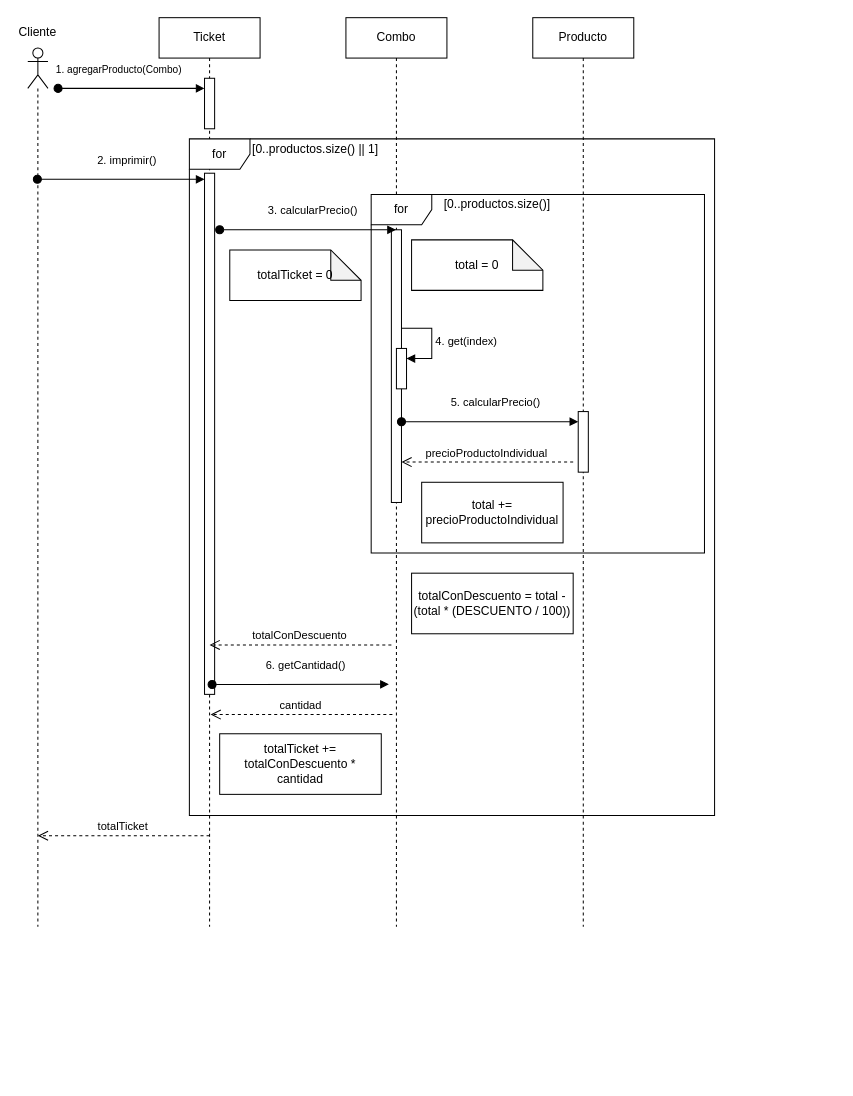
Before: TP4/PatrónCompositeDiagrama.drawio in fedepuleio/PR2_Grupo1, a draw.io diagram. Source tidied: cells renumbered, new cells numbered last; positions are measured from the earlier drawing's top-left corner, leaving out a move shared by most shapes. Both pictures are drawn from the tidied source at 101%, with x=0, y=0 at pixel (17, 17).
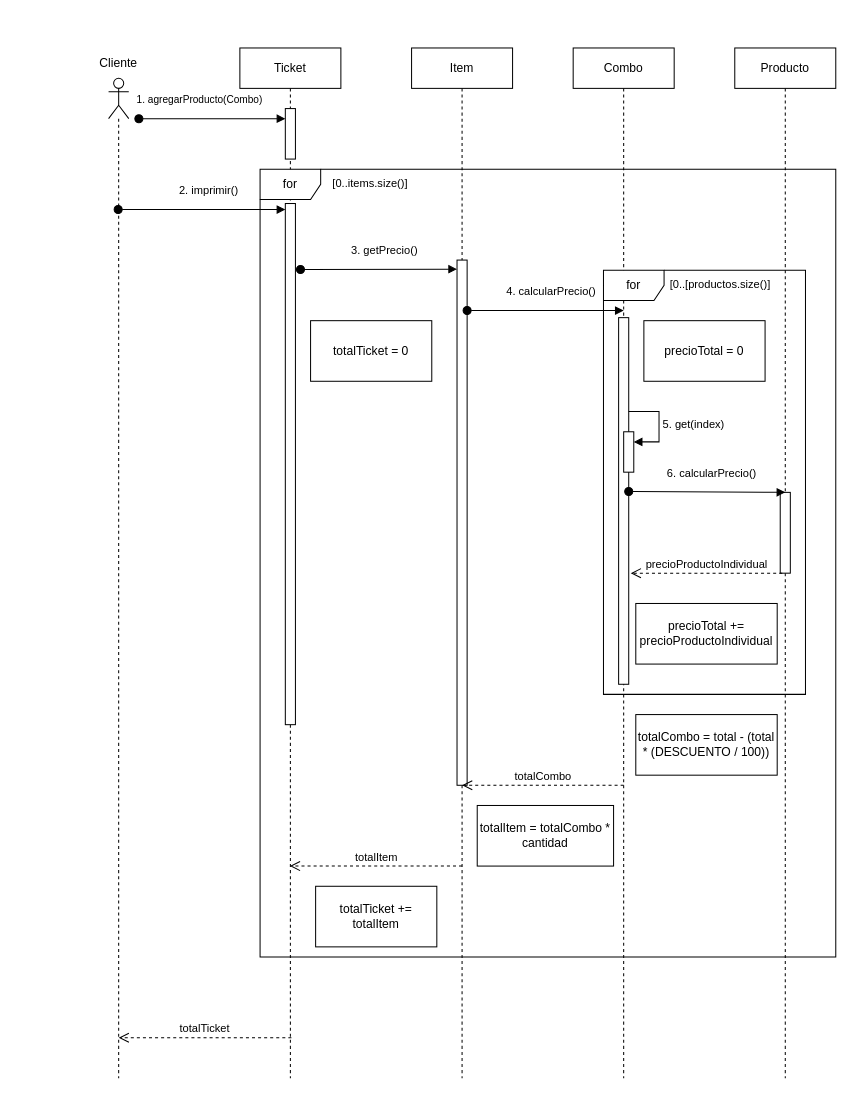
After the change.

Commit message (it also covers changes not shown here):
Solucion corregida al tp del patron composite

What changed in the source:
```diff
@@
     <mxCell id="2" value="Ticket" style="shape=umlLifeline;perimeter=lifelinePerimeter;whiteSpace=wrap;html=1;outlineConnect=0;portConstraint=eastwest;newEdgeStyle={&quot;edgeStyle&quot;:&quot;elbowEdgeStyle&quot;,&quot;elbow&quot;:&quot;vertical&quot;,&quot;curved&quot;:0,&quot;rounded&quot;:0};" parent="1" vertex="1">
-      <mxGeometry x="140" width="100" height="900" as="geometry" />
+      <mxGeometry x="220" y="30" width="100" height="1020" as="geometry" />
     </mxCell>
@@
-    <mxCell id="6" style="shape=umlLifeline;perimeter=lifelinePerimeter;whiteSpace=wrap;html=1;outlineConnect=0;portConstraint=eastwest;newEdgeStyle={&quot;edgeStyle&quot;:&quot;elbowEdgeStyle&quot;,&quot;elbow&quot;:&quot;vertical&quot;,&quot;curved&quot;:0,&quot;rounded&quot;:0};participant=umlActor;" parent="1" vertex="1">
-      <mxGeometry x="10" y="30" width="20" height="870" as="geometry" />
-    </mxCell>
+    <mxCell id="31" style="shape=umlLifeline;perimeter=lifelinePerimeter;whiteSpace=wrap;html=1;outlineConnect=0;portConstraint=eastwest;newEdgeStyle={&quot;edgeStyle&quot;:&quot;elbowEdgeStyle&quot;,&quot;elbow&quot;:&quot;vertical&quot;,&quot;curved&quot;:0,&quot;rounded&quot;:0};participant=umlActor;" parent="1" vertex="1">
+      <mxGeometry x="90" y="60" width="20" height="990" as="geometry" />
+    </mxCell>
     <mxCell id="7" value="Cliente" style="text;html=1;strokeColor=none;fillColor=none;align=center;verticalAlign=middle;whiteSpace=wrap;rounded=0;" parent="1" vertex="1">
-      <mxGeometry width="40" height="30" as="geometry" />
+      <mxGeometry x="80" y="30" width="40" height="30" as="geometry" />
     </mxCell>
-    <mxCell id="8" value="&lt;font style=&quot;font-size: 11px;&quot;&gt;2. imprimir()&lt;/font&gt;" style="html=1;verticalAlign=bottom;startArrow=oval;endArrow=block;startSize=8;edgeStyle=elbowEdgeStyle;elbow=vertical;curved=0;rounded=0;" parent="1" edge="1" source="6">
-      <mxGeometry x="0.06" y="10" relative="1" as="geometry">
-        <mxPoint x="185" y="160" as="targetPoint" />
+    <mxCell id="8" value="2. imprimir()" style="html=1;verticalAlign=bottom;startArrow=oval;endArrow=block;startSize=8;edgeStyle=elbowEdgeStyle;elbow=vertical;curved=0;rounded=0;" parent="1" edge="1" source="31">
+      <mxGeometry x="0.07" y="10" relative="1" as="geometry">
+        <mxPoint x="265" y="190" as="targetPoint" />
       </mxGeometry>
     </mxCell>
+    <mxCell id="32" value="Item" style="shape=umlLifeline;perimeter=lifelinePerimeter;whiteSpace=wrap;html=1;newEdgeStyle={&quot;edgeStyle&quot;:&quot;elbowEdgeStyle&quot;,&quot;elbow&quot;:&quot;vertical&quot;,&quot;curved&quot;:0,&quot;rounded&quot;:0};" parent="1" vertex="1">
+      <mxGeometry x="390" y="30" width="100" height="1020" as="geometry" />
+    </mxCell>
+    <mxCell id="33" value="for" style="shape=umlFrame;whiteSpace=wrap;html=1;" parent="1" vertex="1">
+      <mxGeometry x="240" y="150" width="570" height="780" as="geometry" />
+    </mxCell>
+    <mxCell id="34" value="&lt;span style=&quot;color: rgb(0, 0, 0); font-family: Helvetica; font-size: 11px; font-style: normal; font-variant-ligatures: normal; font-variant-caps: normal; font-weight: 400; letter-spacing: normal; orphans: 2; text-align: center; text-indent: 0px; text-transform: none; widows: 2; word-spacing: 0px; -webkit-text-stroke-width: 0px; background-color: rgb(255, 255, 255); text-decoration-thickness: initial; text-decoration-style: initial; text-decoration-color: initial; float: none; display: inline !important;&quot;&gt;[0..items.size()]&lt;/span&gt;" style="text;whiteSpace=wrap;html=1;" parent="1" vertex="1">
+      <mxGeometry x="310" y="150" width="90" height="40" as="geometry" />
+    </mxCell>
+    <mxCell id="35" value="3. getPrecio()" style="html=1;verticalAlign=bottom;startArrow=oval;endArrow=block;startSize=8;edgeStyle=elbowEdgeStyle;elbow=vertical;curved=0;rounded=0;" parent="1" edge="1" target="36">
+      <mxGeometry x="0.07" y="10" relative="1" as="geometry">
+        <mxPoint x="280" y="249.4" as="sourcePoint" />
+      </mxGeometry>
+    </mxCell>
+    <mxCell id="36" style="html=1;points=[];perimeter=orthogonalPerimeter;outlineConnect=0;targetShapes=umlLifeline;portConstraint=eastwest;newEdgeStyle={&quot;edgeStyle&quot;:&quot;elbowEdgeStyle&quot;,&quot;elbow&quot;:&quot;vertical&quot;,&quot;curved&quot;:0,&quot;rounded&quot;:0};" parent="1" vertex="1">
+      <mxGeometry x="435" y="240" width="10" height="520" as="geometry" />
+    </mxCell>
     <mxCell id="9" value="Combo" style="shape=umlLifeline;perimeter=lifelinePerimeter;whiteSpace=wrap;html=1;outlineConnect=0;portConstraint=eastwest;newEdgeStyle={&quot;edgeStyle&quot;:&quot;elbowEdgeStyle&quot;,&quot;elbow&quot;:&quot;vertical&quot;,&quot;curved&quot;:0,&quot;rounded&quot;:0};" parent="1" vertex="1">
-      <mxGeometry x="325" width="100" height="900" as="geometry" />
+      <mxGeometry x="550" y="30" width="100" height="1020" as="geometry" />
     </mxCell>
-    <mxCell id="10" style="html=1;perimeter=orthogonalPerimeter;targetShapes=umlLifeline;newEdgeStyle={&quot;edgeStyle&quot;:&quot;elbowEdgeStyle&quot;,&quot;elbow&quot;:&quot;vertical&quot;,&quot;curved&quot;:0,&quot;rounded&quot;:0};" parent="9" vertex="1">
-      <mxGeometry x="45" y="210" width="10" height="270" as="geometry" />
-    </mxCell>
-    <mxCell id="11" style="html=1;points=[];perimeter=orthogonalPerimeter;outlineConnect=0;targetShapes=umlLifeline;portConstraint=eastwest;newEdgeStyle={&quot;edgeStyle&quot;:&quot;elbowEdgeStyle&quot;,&quot;elbow&quot;:&quot;vertical&quot;,&quot;curved&quot;:0,&quot;rounded&quot;:0};" parent="9" vertex="1">
-      <mxGeometry x="50" y="327.5" width="10" height="40" as="geometry" />
-    </mxCell>
-    <mxCell id="12" value="4. get(index)" style="html=1;align=left;spacingLeft=2;endArrow=block;rounded=0;edgeStyle=orthogonalEdgeStyle;curved=0;rounded=0;" parent="9" edge="1" target="11">
-      <mxGeometry relative="1" as="geometry">
-        <mxPoint x="55" y="307.5" as="sourcePoint" />
-        <Array as="points">
-          <mxPoint x="85" y="337.5" />
-        </Array>
-      </mxGeometry>
-    </mxCell>
-    <mxCell id="13" value="for" style="shape=umlFrame;whiteSpace=wrap;html=1;" parent="1" vertex="1">
-      <mxGeometry x="170" y="120" width="520" height="670" as="geometry" />
-    </mxCell>
-    <mxCell id="14" value="[0..productos.size() || 1]" style="text;html=1;strokeColor=none;fillColor=none;align=center;verticalAlign=middle;whiteSpace=wrap;rounded=0;" parent="1" vertex="1">
-      <mxGeometry x="230" y="115" width="130" height="30" as="geometry" />
-    </mxCell>
-    <mxCell id="15" value="&lt;font style=&quot;font-size: 11px;&quot;&gt;3. calcularPrecio()&lt;/font&gt;" style="html=1;verticalAlign=bottom;startArrow=oval;endArrow=block;startSize=8;edgeStyle=elbowEdgeStyle;elbow=vertical;curved=0;rounded=0;" parent="1" edge="1" target="9">
-      <mxGeometry x="0.06" y="10" relative="1" as="geometry">
-        <mxPoint x="200" y="210" as="sourcePoint" />
-      </mxGeometry>
-    </mxCell>
+    <mxCell id="37" style="html=1;perimeter=orthogonalPerimeter;targetShapes=umlLifeline;newEdgeStyle={&quot;edgeStyle&quot;:&quot;elbowEdgeStyle&quot;,&quot;elbow&quot;:&quot;vertical&quot;,&quot;curved&quot;:0,&quot;rounded&quot;:0};" parent="9" vertex="1">
+      <mxGeometry x="45" y="267" width="10" height="363" as="geometry" />
+    </mxCell>
+    <mxCell id="38" value="4. calcularPrecio()" style="html=1;verticalAlign=bottom;startArrow=oval;endArrow=block;startSize=8;edgeStyle=elbowEdgeStyle;elbow=vertical;curved=0;rounded=0;" parent="1" edge="1">
+      <mxGeometry x="0.07" y="10" relative="1" as="geometry">
+        <mxPoint x="445" y="290" as="sourcePoint" />
+        <mxPoint x="600" y="290.6" as="targetPoint" />
+      </mxGeometry>
+    </mxCell>
+    <mxCell id="39" value="for" style="shape=umlFrame;whiteSpace=wrap;html=1;" parent="1" vertex="1">
+      <mxGeometry x="580" y="250" width="200" height="420" as="geometry" />
+    </mxCell>
     <mxCell id="16" value="Producto" style="shape=umlLifeline;perimeter=lifelinePerimeter;whiteSpace=wrap;html=1;newEdgeStyle={&quot;edgeStyle&quot;:&quot;elbowEdgeStyle&quot;,&quot;elbow&quot;:&quot;vertical&quot;,&quot;curved&quot;:0,&quot;rounded&quot;:0};" parent="1" vertex="1">
-      <mxGeometry x="510" width="100" height="900" as="geometry" />
+      <mxGeometry x="710" y="30" width="100" height="1020" as="geometry" />
     </mxCell>
-    <mxCell id="17" style="html=1;perimeter=orthogonalPerimeter;targetShapes=umlLifeline;newEdgeStyle={&quot;edgeStyle&quot;:&quot;elbowEdgeStyle&quot;,&quot;elbow&quot;:&quot;vertical&quot;,&quot;curved&quot;:0,&quot;rounded&quot;:0};" parent="16" vertex="1">
-      <mxGeometry x="45" y="390" width="10" height="60" as="geometry" />
-    </mxCell>
-    <mxCell id="18" value="for" style="shape=umlFrame;whiteSpace=wrap;html=1;" parent="1" vertex="1">
-      <mxGeometry x="350" y="175" width="330" height="355" as="geometry" />
-    </mxCell>
-    <mxCell id="19" value="[0..productos.size()]" style="text;html=1;strokeColor=none;fillColor=none;align=center;verticalAlign=middle;whiteSpace=wrap;rounded=0;" parent="1" vertex="1">
-      <mxGeometry x="410" y="170" width="130" height="30" as="geometry" />
-    </mxCell>
-    <mxCell id="20" value="&lt;font style=&quot;font-size: 11px;&quot;&gt;5. calcularPrecio()&lt;/font&gt;" style="html=1;verticalAlign=bottom;startArrow=oval;endArrow=block;startSize=8;edgeStyle=elbowEdgeStyle;elbow=vertical;curved=0;rounded=0;" parent="1" edge="1">
-      <mxGeometry x="0.06" y="10" relative="1" as="geometry">
-        <mxPoint x="380" y="400" as="sourcePoint" />
-        <mxPoint x="555" y="400" as="targetPoint" />
-      </mxGeometry>
-    </mxCell>
+    <mxCell id="40" style="html=1;perimeter=orthogonalPerimeter;targetShapes=umlLifeline;newEdgeStyle={&quot;curved&quot;:0,&quot;rounded&quot;:0};" parent="16" vertex="1">
+      <mxGeometry x="45" y="440" width="10" height="80" as="geometry" />
+    </mxCell>
+    <mxCell id="41" value="&lt;span style=&quot;color: rgb(0, 0, 0); font-family: Helvetica; font-size: 11px; font-style: normal; font-variant-ligatures: normal; font-variant-caps: normal; font-weight: 400; letter-spacing: normal; orphans: 2; text-align: center; text-indent: 0px; text-transform: none; widows: 2; word-spacing: 0px; -webkit-text-stroke-width: 0px; background-color: rgb(255, 255, 255); text-decoration-thickness: initial; text-decoration-style: initial; text-decoration-color: initial; float: none; display: inline !important;&quot;&gt;[0..[productos.size()]&lt;/span&gt;" style="text;whiteSpace=wrap;html=1;" parent="1" vertex="1">
+      <mxGeometry x="644" y="250" width="106" height="40" as="geometry" />
+    </mxCell>
+    <mxCell id="42" value="precioTotal = 0" style="rounded=0;whiteSpace=wrap;html=1;" parent="1" vertex="1">
+      <mxGeometry x="620" y="300" width="120" height="60" as="geometry" />
+    </mxCell>
+    <mxCell id="43" style="html=1;points=[[0,0,0,0,5],[0,1,0,0,-5],[1,0,0,0,5],[1,1,0,0,-5]];perimeter=orthogonalPerimeter;outlineConnect=0;targetShapes=umlLifeline;portConstraint=eastwest;newEdgeStyle={&quot;curved&quot;:0,&quot;rounded&quot;:0};" parent="1" vertex="1">
+      <mxGeometry x="600" y="410" width="10" height="40" as="geometry" />
+    </mxCell>
+    <mxCell id="44" value="5. get(index)" style="html=1;align=left;spacingLeft=2;endArrow=block;rounded=0;edgeStyle=orthogonalEdgeStyle;curved=0;rounded=0;" parent="1" edge="1" target="43">
+      <mxGeometry relative="1" as="geometry">
+        <mxPoint x="605" y="390" as="sourcePoint" />
+        <Array as="points">
+          <mxPoint x="635" y="420" />
+        </Array>
+      </mxGeometry>
+    </mxCell>
+    <mxCell id="45" value="6. calcularPrecio()" style="html=1;verticalAlign=bottom;startArrow=oval;endArrow=block;startSize=8;edgeStyle=elbowEdgeStyle;elbow=vertical;curved=0;rounded=0;" parent="1" edge="1">
+      <mxGeometry x="0.07" y="10" relative="1" as="geometry">
+        <mxPoint x="605" y="469.2" as="sourcePoint" />
+        <mxPoint x="760" y="469.8" as="targetPoint" />
+      </mxGeometry>
+    </mxCell>
-    <mxCell id="21" value="precioProductoIndividual" style="html=1;verticalAlign=bottom;endArrow=open;dashed=1;endSize=8;edgeStyle=elbowEdgeStyle;elbow=vertical;curved=0;rounded=0;" parent="1" edge="1">
-      <mxGeometry x="0.01" relative="1" as="geometry">
-        <mxPoint x="550" y="440" as="sourcePoint" />
-        <mxPoint x="380" y="440" as="targetPoint" />
+    <mxCell id="21" value="precioProductoIndividual" style="html=1;verticalAlign=bottom;endArrow=open;dashed=1;endSize=8;curved=0;rounded=0;" parent="1" edge="1">
+      <mxGeometry relative="1" as="geometry">
+        <mxPoint x="757" y="550" as="sourcePoint" />
+        <mxPoint x="607" y="550" as="targetPoint" />
       </mxGeometry>
     </mxCell>
-    <mxCell id="22" value="total = 0" style="shape=note;whiteSpace=wrap;html=1;backgroundOutline=1;darkOpacity=0.05;" parent="1" vertex="1">
-      <mxGeometry x="390" y="220" width="130" height="50" as="geometry" />
-    </mxCell>
-    <mxCell id="23" value="total += precioProductoIndividual" style="rounded=0;whiteSpace=wrap;html=1;" parent="1" vertex="1">
-      <mxGeometry x="400" y="460" width="140" height="60" as="geometry" />
-    </mxCell>
-    <mxCell id="24" value="totalConDescuento =&amp;nbsp;total - (total * (DESCUENTO / 100))" style="rounded=0;whiteSpace=wrap;html=1;" parent="1" vertex="1">
-      <mxGeometry x="390" y="550" width="160" height="60" as="geometry" />
-    </mxCell>
+    <mxCell id="46" value="precioTotal += precioProductoIndividual" style="rounded=0;whiteSpace=wrap;html=1;" parent="1" vertex="1">
+      <mxGeometry x="612" y="580" width="140" height="60" as="geometry" />
+    </mxCell>
+    <mxCell id="47" value="totalCombo = total - (total * (DESCUENTO / 100))" style="rounded=0;whiteSpace=wrap;html=1;" parent="1" vertex="1">
+      <mxGeometry x="612" y="690" width="140" height="60" as="geometry" />
+    </mxCell>
+    <mxCell id="48" value="totalCombo" style="html=1;verticalAlign=bottom;endArrow=open;dashed=1;endSize=8;curved=0;rounded=0;" parent="1" edge="1">
+      <mxGeometry relative="1" as="geometry">
+        <mxPoint x="600" y="760" as="sourcePoint" />
+        <mxPoint x="440" y="760" as="targetPoint" />
+      </mxGeometry>
+    </mxCell>
-    <mxCell id="25" value="totalTicket = 0" style="shape=note;whiteSpace=wrap;html=1;backgroundOutline=1;darkOpacity=0.05;" parent="1" vertex="1">
-      <mxGeometry x="210" y="230" width="130" height="50" as="geometry" />
+    <mxCell id="25" value="totalTicket = 0" style="rounded=0;whiteSpace=wrap;html=1;" parent="1" vertex="1">
+      <mxGeometry x="290" y="300" width="120" height="60" as="geometry" />
     </mxCell>
-    <mxCell id="26" value="totalConDescuento" style="html=1;verticalAlign=bottom;endArrow=open;dashed=1;endSize=8;edgeStyle=elbowEdgeStyle;elbow=vertical;curved=0;rounded=0;" parent="1" edge="1">
-      <mxGeometry x="0.01" relative="1" as="geometry">
-        <mxPoint x="370" y="621" as="sourcePoint" />
-        <mxPoint x="190" y="621" as="targetPoint" />
-      </mxGeometry>
-    </mxCell>
-    <mxCell id="27" value="totalTicket += totalConDescuento * cantidad" style="rounded=0;whiteSpace=wrap;html=1;" parent="1" vertex="1">
-      <mxGeometry x="200" y="709" width="160" height="60" as="geometry" />
-    </mxCell>
+    <mxCell id="49" value="totalItem = totalCombo * cantidad" style="rounded=0;whiteSpace=wrap;html=1;" parent="1" vertex="1">
+      <mxGeometry x="455" y="780" width="135" height="60" as="geometry" />
+    </mxCell>
+    <mxCell id="50" value="totalItem" style="html=1;verticalAlign=bottom;endArrow=open;dashed=1;endSize=8;curved=0;rounded=0;" parent="1" edge="1" target="2">
+      <mxGeometry relative="1" as="geometry">
+        <mxPoint x="440" y="840" as="sourcePoint" />
+      </mxGeometry>
+    </mxCell>
+    <mxCell id="51" value="totalTicket += totalItem" style="rounded=0;whiteSpace=wrap;html=1;" parent="1" vertex="1">
+      <mxGeometry x="295" y="860" width="120" height="60" as="geometry" />
+    </mxCell>
-    <mxCell id="28" value="totalTicket" style="html=1;verticalAlign=bottom;endArrow=open;dashed=1;endSize=8;edgeStyle=elbowEdgeStyle;elbow=vertical;curved=0;rounded=0;" parent="1" edge="1">
-      <mxGeometry x="0.01" relative="1" as="geometry">
-        <mxPoint x="190" y="810" as="sourcePoint" />
-        <mxPoint x="20" y="810" as="targetPoint" />
+    <mxCell id="28" value="totalTicket" style="html=1;verticalAlign=bottom;endArrow=open;dashed=1;endSize=8;curved=0;rounded=0;" parent="1" edge="1">
+      <mxGeometry relative="1" as="geometry">
+        <mxPoint x="271" y="1010" as="sourcePoint" />
+        <mxPoint x="100" y="1010" as="targetPoint" />
       </mxGeometry>
     </mxCell>
-    <mxCell id="29" value="&lt;font style=&quot;font-size: 11px;&quot;&gt;6. getCantidad()&lt;/font&gt;" style="html=1;verticalAlign=bottom;startArrow=oval;endArrow=block;startSize=8;edgeStyle=elbowEdgeStyle;elbow=vertical;curved=0;rounded=0;" parent="1" edge="1">
-      <mxGeometry x="0.06" y="10" relative="1" as="geometry">
-        <mxPoint x="192.5" y="660.2" as="sourcePoint" />
-        <mxPoint x="367.5" y="660.2" as="targetPoint" />
-      </mxGeometry>
-    </mxCell>
-    <mxCell id="30" value="cantidad" style="html=1;verticalAlign=bottom;endArrow=open;dashed=1;endSize=8;edgeStyle=elbowEdgeStyle;elbow=vertical;curved=0;rounded=0;" parent="1" edge="1">
-      <mxGeometry x="0.01" relative="1" as="geometry">
-        <mxPoint x="371" y="690" as="sourcePoint" />
-        <mxPoint x="191" y="690" as="targetPoint" />
-      </mxGeometry>
-    </mxCell>
```
